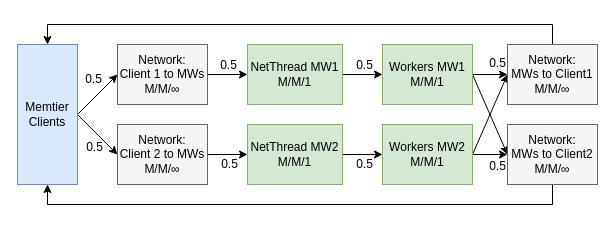
The draw.io diagram bash/7_queueing_model/NetworkOfQueues_SimpleModel.drawIO in flock0/eth-asl, before the edit. Source tidied: cells renumbered, new cells numbered last; positions are measured from the earlier drawing's top-left corner, leaving out a move shared by most shapes. Both pictures are drawn from the tidied source at 100%, with x=0, y=0 at pixel (17, 44).
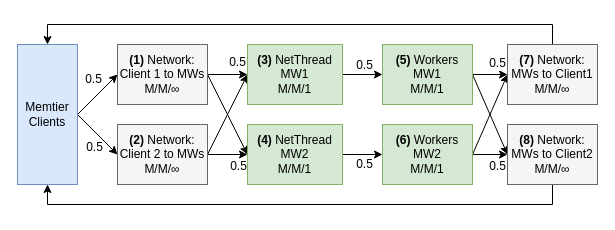
The same page after the edit.

Commit message (it also covers changes not shown here):
Queueing Model: Small adaptations to the network of queues Jupyter Notebook; Adapted ntwork of queues model diagram; Added request lifetime diagram

Unchanged cells that the change refers to:
```xml
<mxCell id="7" style="edgeStyle=orthogonalEdgeStyle;rounded=0;html=1;exitX=1;exitY=0.5;entryX=0;entryY=0.5;jettySize=auto;" parent="1" edge="1" source="9" target="15">
  <mxGeometry relative="1" as="geometry" />
</mxCell>
<mxCell id="10" style="edgeStyle=orthogonalEdgeStyle;rounded=0;html=1;exitX=1;exitY=0.5;entryX=0;entryY=0.5;jettySize=auto;" parent="1" edge="1" source="12" target="18">
  <mxGeometry relative="1" as="geometry" />
</mxCell>
```

Change to the diagram source:
```diff
@@
     <mxCell id="8" value="0.5" style="text;html=1;align=center;verticalAlign=middle;labelBackgroundColor=#ffffff;" parent="7" vertex="1">
       <mxGeometry x="0.11" y="-2" relative="1" as="geometry">
-        <mxPoint x="-2" y="-12" as="offset" />
+        <mxPoint x="7" y="-15" as="offset" />
       </mxGeometry>
     </mxCell>
+    <mxCell id="31" style="rounded=0;html=1;exitX=1;exitY=0.5;entryX=0;entryY=0.5;jettySize=auto;" parent="1" edge="1" source="9" target="18">
+      <mxGeometry relative="1" as="geometry" />
+    </mxCell>
-    <mxCell id="9" value="Network: &lt;br&gt;Client 1 to MWs&lt;br&gt;M/M/&lt;span&gt;∞&lt;/span&gt;" style="rounded=0;whiteSpace=wrap;html=1;fillColor=#f5f5f5;strokeColor=#666666;" parent="1" vertex="1">
+    <mxCell id="9" value="&lt;b&gt;(1)&lt;/b&gt; Network: &lt;br&gt;Client 1 to MWs&lt;br&gt;M/M/&lt;span&gt;∞&lt;/span&gt;" style="rounded=0;whiteSpace=wrap;html=1;fillColor=#f5f5f5;strokeColor=#666666;" parent="1" vertex="1">
       <mxGeometry x="100" width="90" height="60" as="geometry" />
     </mxCell>
@@
     <mxCell id="11" value="0.5" style="text;html=1;align=center;verticalAlign=middle;labelBackgroundColor=#ffffff;" parent="10" vertex="1">
       <mxGeometry x="0.23" relative="1" as="geometry">
-        <mxPoint x="-4" y="9" as="offset" />
+        <mxPoint x="5" y="11" as="offset" />
       </mxGeometry>
     </mxCell>
+    <mxCell id="32" style="edgeStyle=none;rounded=0;html=1;exitX=1;exitY=0.5;entryX=0;entryY=0.5;jettySize=auto;" parent="1" edge="1" source="12" target="15">
+      <mxGeometry relative="1" as="geometry" />
+    </mxCell>
-    <mxCell id="12" value="Network: &lt;br&gt;Client 2 to MWs&lt;br&gt;M/M/&lt;span&gt;∞&lt;/span&gt;" style="rounded=0;whiteSpace=wrap;html=1;fillColor=#f5f5f5;strokeColor=#666666;" parent="1" vertex="1">
+    <mxCell id="12" value="&lt;b&gt;(2) &lt;/b&gt;Network: &lt;br&gt;Client 2 to MWs&lt;br&gt;M/M/&lt;span&gt;∞&lt;/span&gt;" style="rounded=0;whiteSpace=wrap;html=1;fillColor=#f5f5f5;strokeColor=#666666;" parent="1" vertex="1">
       <mxGeometry x="100" y="80" width="90" height="60" as="geometry" />
     </mxCell>
@@
-    <mxCell id="15" value="NetThread MW1&lt;br&gt;M/M/&lt;span&gt;1&lt;/span&gt;" style="rounded=0;whiteSpace=wrap;html=1;fillColor=#d5e8d4;strokeColor=#82b366;" parent="1" vertex="1">
+    <mxCell id="15" value="&lt;b&gt;(3)&lt;/b&gt; NetThread MW1&lt;br&gt;M/M/&lt;span&gt;1&lt;/span&gt;" style="rounded=0;whiteSpace=wrap;html=1;fillColor=#d5e8d4;strokeColor=#82b366;" parent="1" vertex="1">
       <mxGeometry x="230" width="95" height="60" as="geometry" />
     </mxCell>
@@
-    <mxCell id="18" value="NetThread MW2&lt;br&gt;M/M/&lt;span&gt;1&lt;/span&gt;" style="rounded=0;whiteSpace=wrap;html=1;fillColor=#d5e8d4;strokeColor=#82b366;" parent="1" vertex="1">
+    <mxCell id="18" value="&lt;b&gt;(4)&lt;/b&gt; NetThread MW2&lt;br&gt;M/M/&lt;span&gt;1&lt;/span&gt;" style="rounded=0;whiteSpace=wrap;html=1;fillColor=#d5e8d4;strokeColor=#82b366;" parent="1" vertex="1">
       <mxGeometry x="230" y="80" width="95" height="60" as="geometry" />
     </mxCell>
@@
-    <mxCell id="22" value="Workers MW1&lt;br&gt;M/M/&lt;span&gt;1&lt;/span&gt;" style="rounded=0;whiteSpace=wrap;html=1;fillColor=#d5e8d4;strokeColor=#82b366;" parent="1" vertex="1">
+    <mxCell id="22" value="&lt;b&gt;(5)&lt;/b&gt; Workers MW1&lt;br&gt;M/M/&lt;span&gt;1&lt;/span&gt;" style="rounded=0;whiteSpace=wrap;html=1;fillColor=#d5e8d4;strokeColor=#82b366;" parent="1" vertex="1">
       <mxGeometry x="365" width="90" height="60" as="geometry" />
     </mxCell>
@@
-    <mxCell id="26" value="Workers MW2&lt;br&gt;M/M/&lt;span&gt;1&lt;/span&gt;" style="rounded=0;whiteSpace=wrap;html=1;fillColor=#d5e8d4;strokeColor=#82b366;" parent="1" vertex="1">
+    <mxCell id="26" value="&lt;b&gt;(6)&lt;/b&gt; Workers MW2&lt;br&gt;M/M/&lt;span&gt;1&lt;/span&gt;" style="rounded=0;whiteSpace=wrap;html=1;fillColor=#d5e8d4;strokeColor=#82b366;" parent="1" vertex="1">
       <mxGeometry x="365" y="80" width="90" height="60" as="geometry" />
     </mxCell>
@@
-    <mxCell id="28" value="Network: &lt;br&gt;MWs to Client1&lt;br&gt;M/M/&lt;span&gt;∞&lt;/span&gt;" style="rounded=0;whiteSpace=wrap;html=1;fillColor=#f5f5f5;strokeColor=#666666;" parent="1" vertex="1">
+    <mxCell id="28" value="&lt;b&gt;(7)&lt;/b&gt; Network: &lt;br&gt;MWs to Client1&lt;br&gt;M/M/&lt;span&gt;∞&lt;/span&gt;" style="rounded=0;whiteSpace=wrap;html=1;fillColor=#f5f5f5;strokeColor=#666666;" parent="1" vertex="1">
       <mxGeometry x="490" width="90" height="60" as="geometry" />
     </mxCell>
@@
-    <mxCell id="30" value="Network: &lt;br&gt;MWs to Client2&lt;br&gt;M/M/&lt;span&gt;∞&lt;/span&gt;" style="rounded=0;whiteSpace=wrap;html=1;fillColor=#f5f5f5;strokeColor=#666666;" parent="1" vertex="1">
+    <mxCell id="30" value="&lt;b&gt;(8)&lt;/b&gt; Network: &lt;br&gt;MWs to Client2&lt;br&gt;M/M/&lt;span&gt;∞&lt;/span&gt;" style="rounded=0;whiteSpace=wrap;html=1;fillColor=#f5f5f5;strokeColor=#666666;" parent="1" vertex="1">
       <mxGeometry x="490" y="80" width="90" height="60" as="geometry" />
     </mxCell>
```
